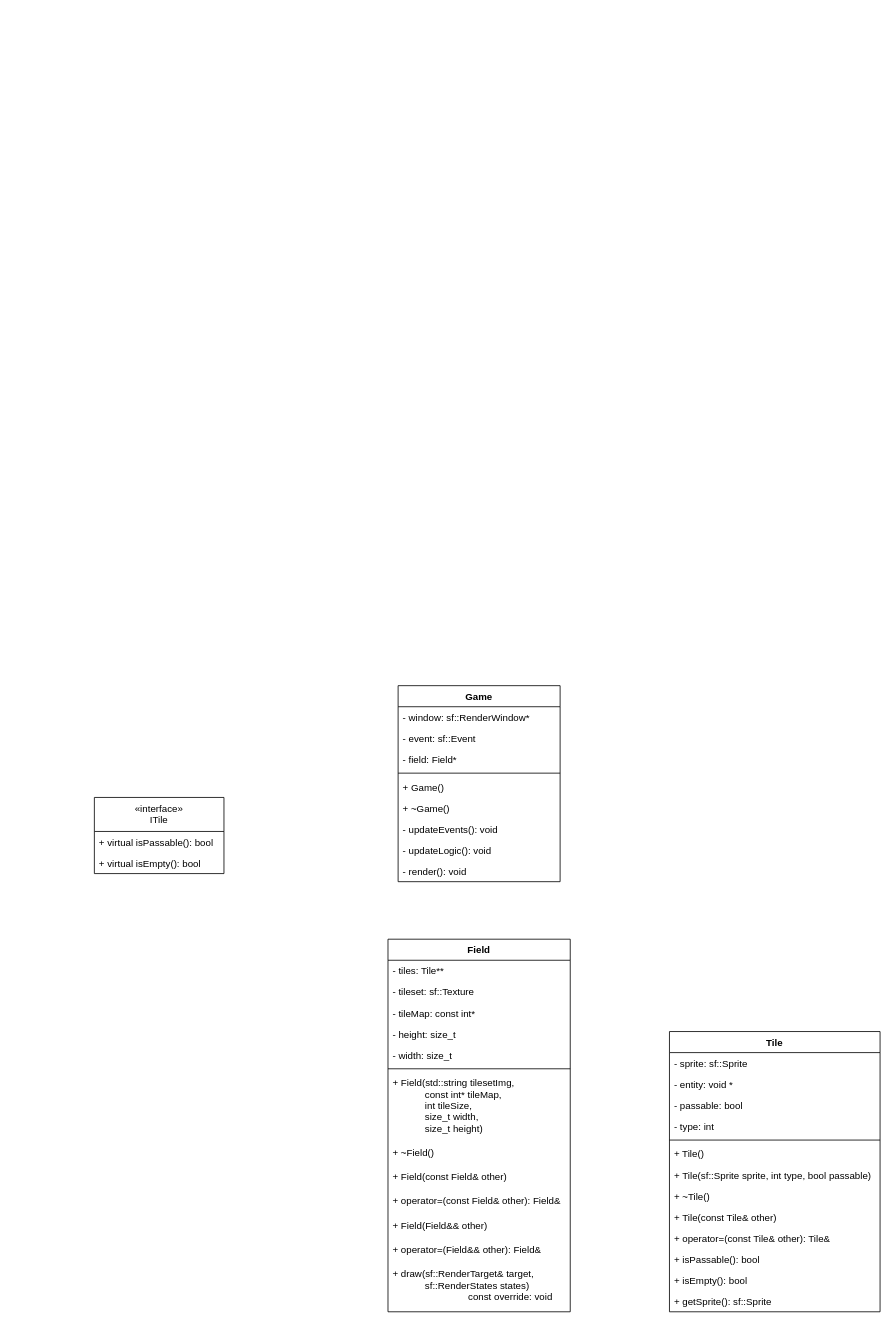
korotkovandrew/OOP-Game keeps this draw.io diagram as Untitled Diagram.drawio. Above is the earlier version. Source tidied: cells renumbered, new cells numbered last; positions are measured from the earlier drawing's top-left corner, leaving out a move shared by most shapes. Both pictures are drawn from the tidied source at 81%, with x=0, y=0 at pixel (94, 685).
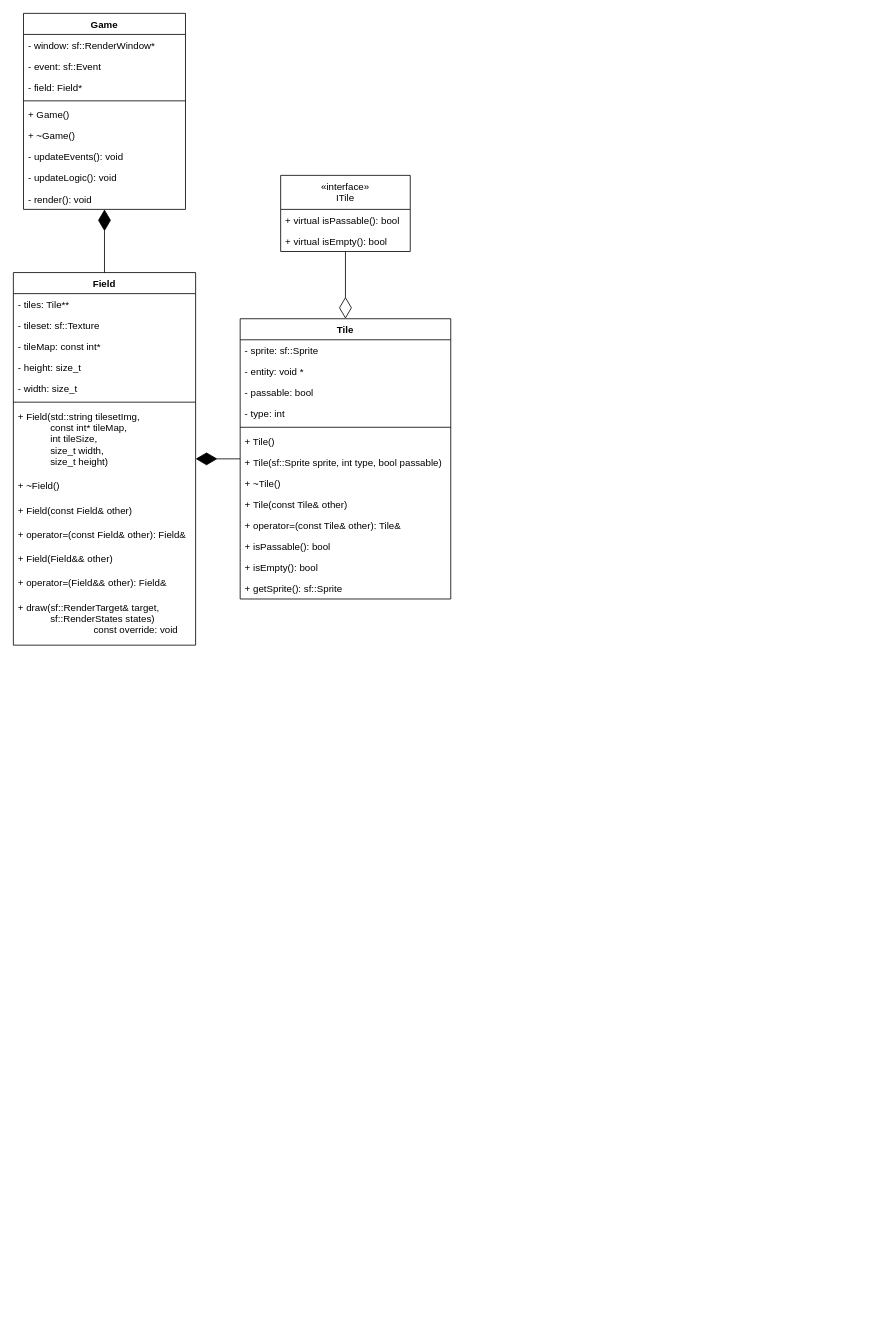
After the change.

Diff of the diagram source:
```diff
@@
     <mxCell id="2" value="Game" style="swimlane;fontStyle=1;align=center;verticalAlign=top;horizontal=1;startSize=26;" parent="1" vertex="1">
-      <mxGeometry x="375" width="200" height="242" as="geometry" />
+      <mxGeometry x="-87.5" y="-830" width="200" height="242" as="geometry" />
     </mxCell>
@@
     <mxCell id="12" value="Field" style="swimlane;fontStyle=1;align=center;verticalAlign=top;horizontal=1;startSize=26;" parent="1" vertex="1">
-      <mxGeometry x="362.5" y="313" width="225" height="460" as="geometry" />
+      <mxGeometry x="-100" y="-510" width="225" height="460" as="geometry" />
     </mxCell>
@@
     <mxCell id="26" value="Tile" style="swimlane;fontStyle=1;align=center;verticalAlign=top;horizontal=1;startSize=26;" parent="1" vertex="1">
-      <mxGeometry x="710" y="427" width="260" height="346" as="geometry" />
+      <mxGeometry x="180" y="-453" width="260" height="346" as="geometry" />
     </mxCell>
@@
     <mxCell id="40" value="«interface»&#10;ITile&#10;" style="swimlane;fontStyle=0;align=center;verticalAlign=top;horizontal=1;startSize=42;" parent="1" vertex="1">
-      <mxGeometry y="138" width="160" height="94" as="geometry" />
+      <mxGeometry x="230" y="-630" width="160" height="94" as="geometry" />
     </mxCell>
@@
+    <mxCell id="43" style="endArrow=diamondThin;endFill=1;endSize=24;html=1;rounded=0;edgeStyle=orthogonalEdgeStyle;" parent="1" edge="1" source="26" target="12">
+      <mxGeometry relative="1" as="geometry" />
+    </mxCell>
+    <mxCell id="44" style="endArrow=diamondThin;endFill=1;endSize=24;html=1;rounded=0;edgeStyle=orthogonalEdgeStyle;" parent="1" edge="1" source="12" target="2">
+      <mxGeometry relative="1" as="geometry" />
+    </mxCell>
+    <mxCell id="45" style="endArrow=diamondThin;endFill=0;endSize=24;html=1;rounded=0;edgeStyle=orthogonalEdgeStyle;" parent="1" edge="1" source="40" target="26">
+      <mxGeometry relative="1" as="geometry" />
+    </mxCell>
```
